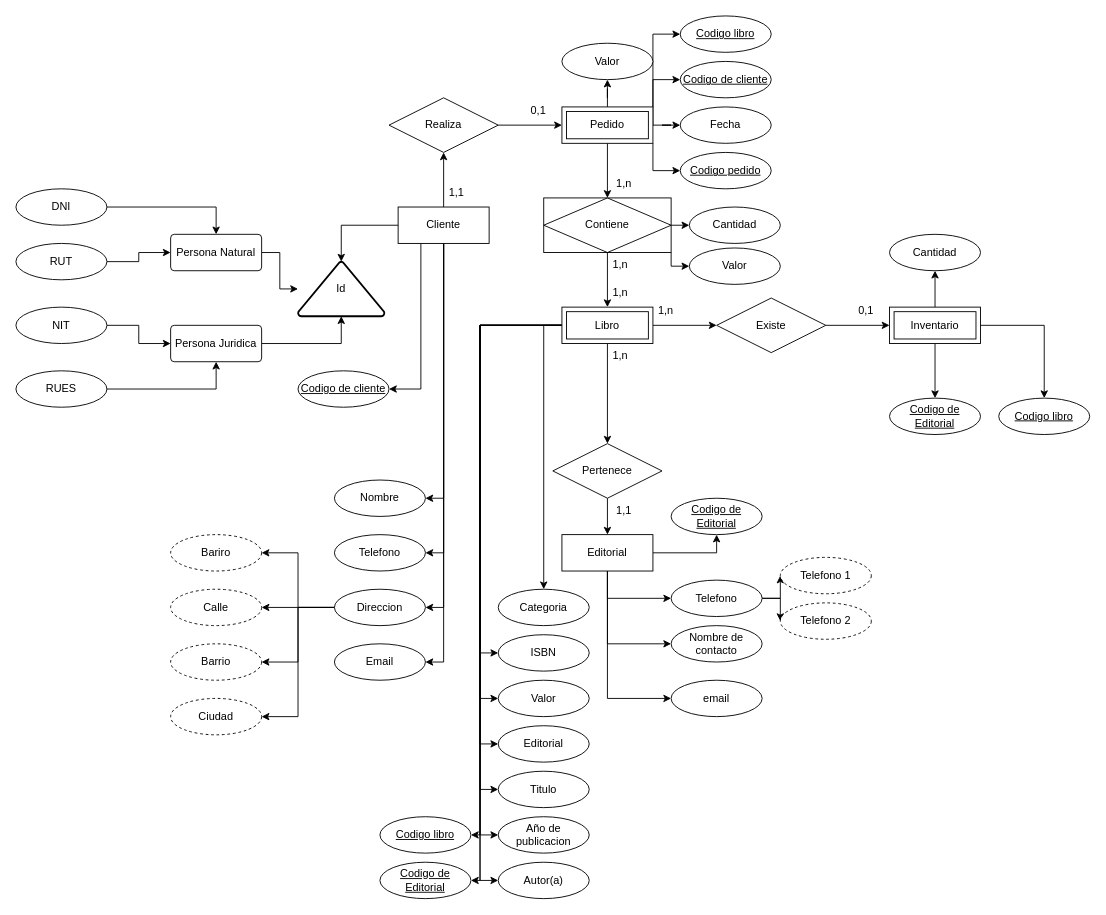
The draw.io diagram Alura/Diagrama.drawio in Alvaro-GF/Portafolio_Alura, before the edit. Source tidied: cells renumbered, new cells numbered last; positions are measured from the earlier drawing's top-left corner, leaving out a move shared by most shapes. Both pictures are drawn from the tidied source at 91%, with x=0, y=0 at pixel (15, 15).
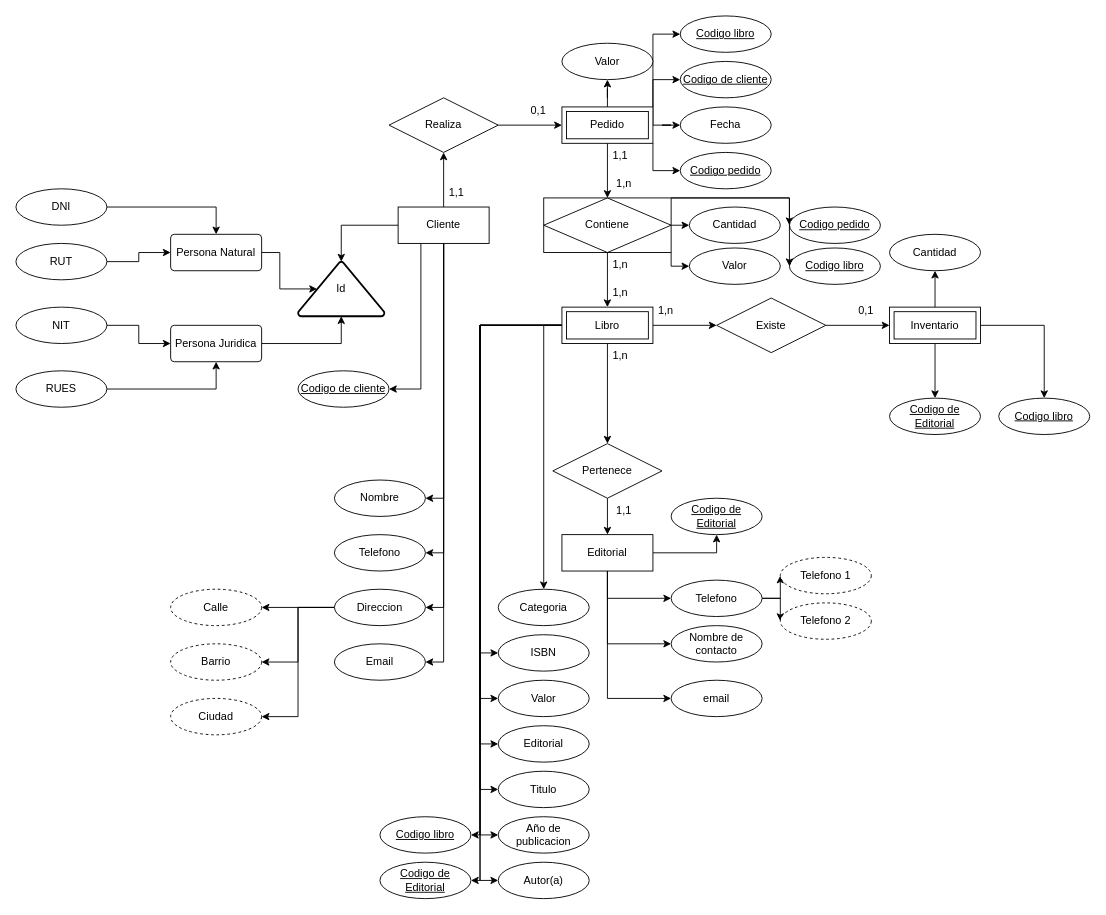
Above is the later version.

Unchanged cells that the change refers to:
```xml
<mxCell id="19" value="Contiene" style="shape=associativeEntity;whiteSpace=wrap;html=1;align=center;" parent="1" vertex="1">
  <mxGeometry x="580" y="200" width="140" height="60" as="geometry" />
</mxCell>
<mxCell id="63" value="Direccion" style="ellipse;whiteSpace=wrap;html=1;align=center;" parent="1" vertex="1">
  <mxGeometry x="350" y="630" width="100" height="40" as="geometry" />
</mxCell>
<mxCell id="68" value="Id" style="strokeWidth=2;html=1;shape=mxgraph.flowchart.extract_or_measurement;whiteSpace=wrap;" parent="1" vertex="1">
  <mxGeometry x="310" y="270" width="95" height="60" as="geometry" />
</mxCell>
<mxCell id="71" value="Persona Natural" style="rounded=1;arcSize=10;whiteSpace=wrap;html=1;align=center;" parent="1" vertex="1">
  <mxGeometry x="170" y="240" width="100" height="40" as="geometry" />
</mxCell>
```

Diff of the diagram source:
```diff
@@
+    <mxCell id="110" style="edgeStyle=orthogonalEdgeStyle;rounded=0;jettySize=auto;html=1;exitX=1;exitY=0;exitDx=0;exitDy=0;entryX=0;entryY=0.5;entryDx=0;entryDy=0;" parent="1" edge="1" source="19" target="112">
+      <mxGeometry relative="1" as="geometry">
+        <Array as="points">
+          <mxPoint x="850" y="200" />
+        </Array>
+      </mxGeometry>
+    </mxCell>
@@
-    <mxCell id="62" style="edgeStyle=orthogonalEdgeStyle;rounded=0;jettySize=auto;html=1;exitX=0;exitY=0.5;exitDx=0;exitDy=0;entryX=1;entryY=0.5;entryDx=0;entryDy=0;" parent="1" edge="1" source="63" target="67">
-      <mxGeometry relative="1" as="geometry" />
-    </mxCell>
@@
-    <mxCell id="67" value="Bariro" style="ellipse;whiteSpace=wrap;html=1;align=center;dashed=1;" parent="1" vertex="1">
-      <mxGeometry x="170" y="570" width="100" height="40" as="geometry" />
-    </mxCell>
@@
-    <mxCell id="70" style="edgeStyle=orthogonalEdgeStyle;rounded=0;jettySize=auto;html=1;exitX=1;exitY=0.5;exitDx=0;exitDy=0;" parent="1" edge="1" source="71" target="68">
+    <mxCell id="70" style="edgeStyle=orthogonalEdgeStyle;rounded=0;jettySize=auto;html=1;exitX=1;exitY=0.5;exitDx=0;exitDy=0;entryX=0.22;entryY=0.5;entryDx=0;entryDy=0;entryPerimeter=0;" parent="1" edge="1" source="71" target="68">
       <mxGeometry relative="1" as="geometry" />
     </mxCell>
@@
+    <mxCell id="111" value="1,1" style="text;strokeColor=none;fillColor=none;spacingLeft=4;spacingRight=4;overflow=hidden;fontSize=12;whiteSpace=wrap;html=1;" parent="1" vertex="1">
+      <mxGeometry x="650" y="140" width="40" height="30" as="geometry" />
+    </mxCell>
+    <mxCell id="112" value="Codigo pedido" style="ellipse;whiteSpace=wrap;html=1;align=center;fontStyle=4;" parent="1" vertex="1">
+      <mxGeometry x="850" y="210" width="100" height="40" as="geometry" />
+    </mxCell>
+    <mxCell id="113" value="Codigo libro" style="ellipse;whiteSpace=wrap;html=1;align=center;fontStyle=4;" parent="1" vertex="1">
+      <mxGeometry x="850" y="255" width="100" height="40" as="geometry" />
+    </mxCell>
+    <mxCell id="114" style="endArrow=classic;html=1;rounded=0;exitX=1;exitY=0;exitDx=0;exitDy=0;entryX=0;entryY=0.5;entryDx=0;entryDy=0;" parent="1" edge="1" source="19" target="113">
+      <mxGeometry relative="1" as="geometry">
+        <Array as="points">
+          <mxPoint x="850" y="200" />
+        </Array>
+      </mxGeometry>
+    </mxCell>
```
